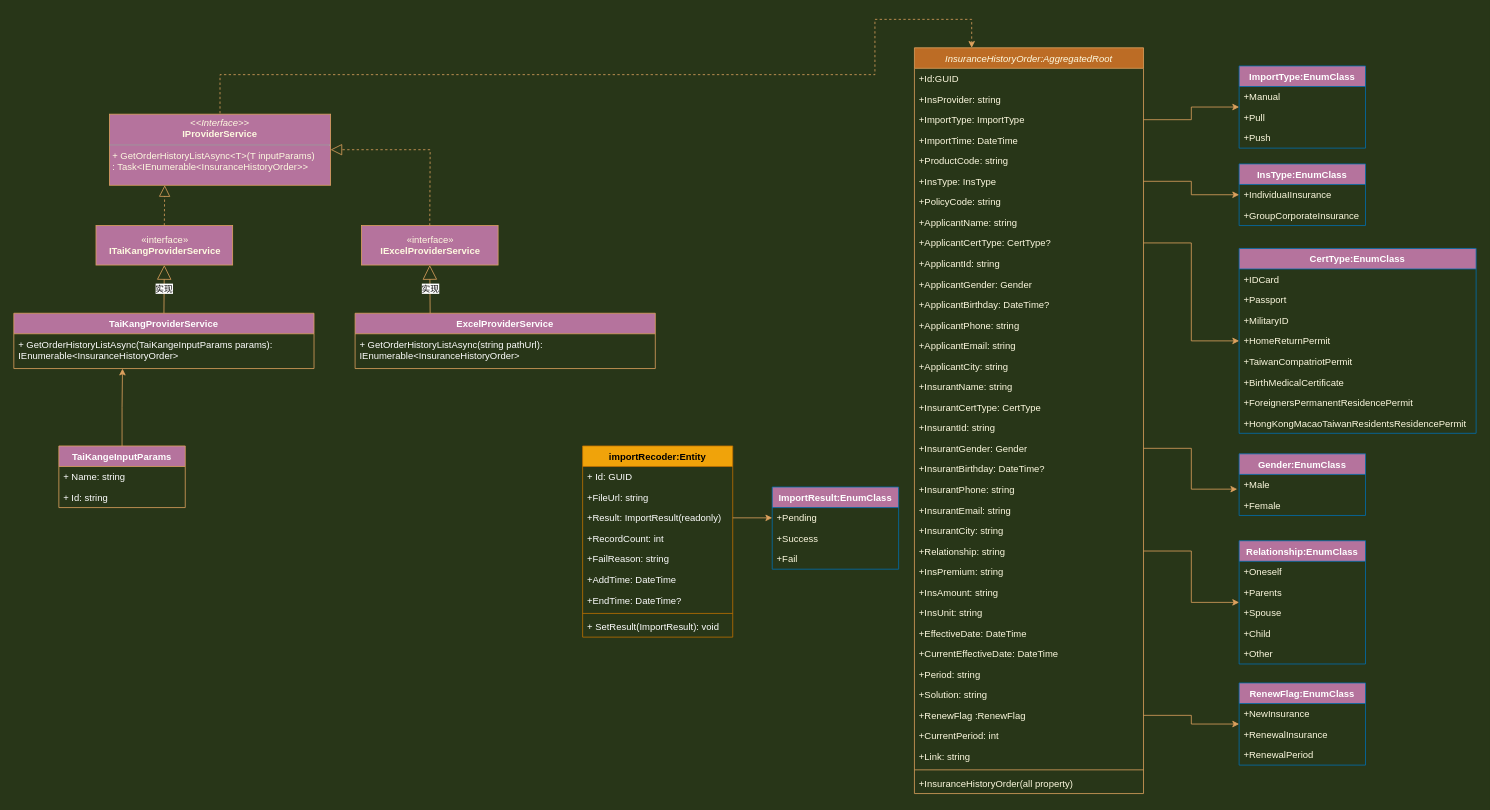
KQLei/diagrams keeps this draw.io diagram as Untitled Diagram.drawio. Above is the earlier version. Source tidied: cells renumbered, new cells numbered last; positions are measured from the earlier drawing's top-left corner, leaving out a move shared by most shapes. Both pictures are drawn from the tidied source at 79%, with x=0, y=0 at pixel (13, 19).
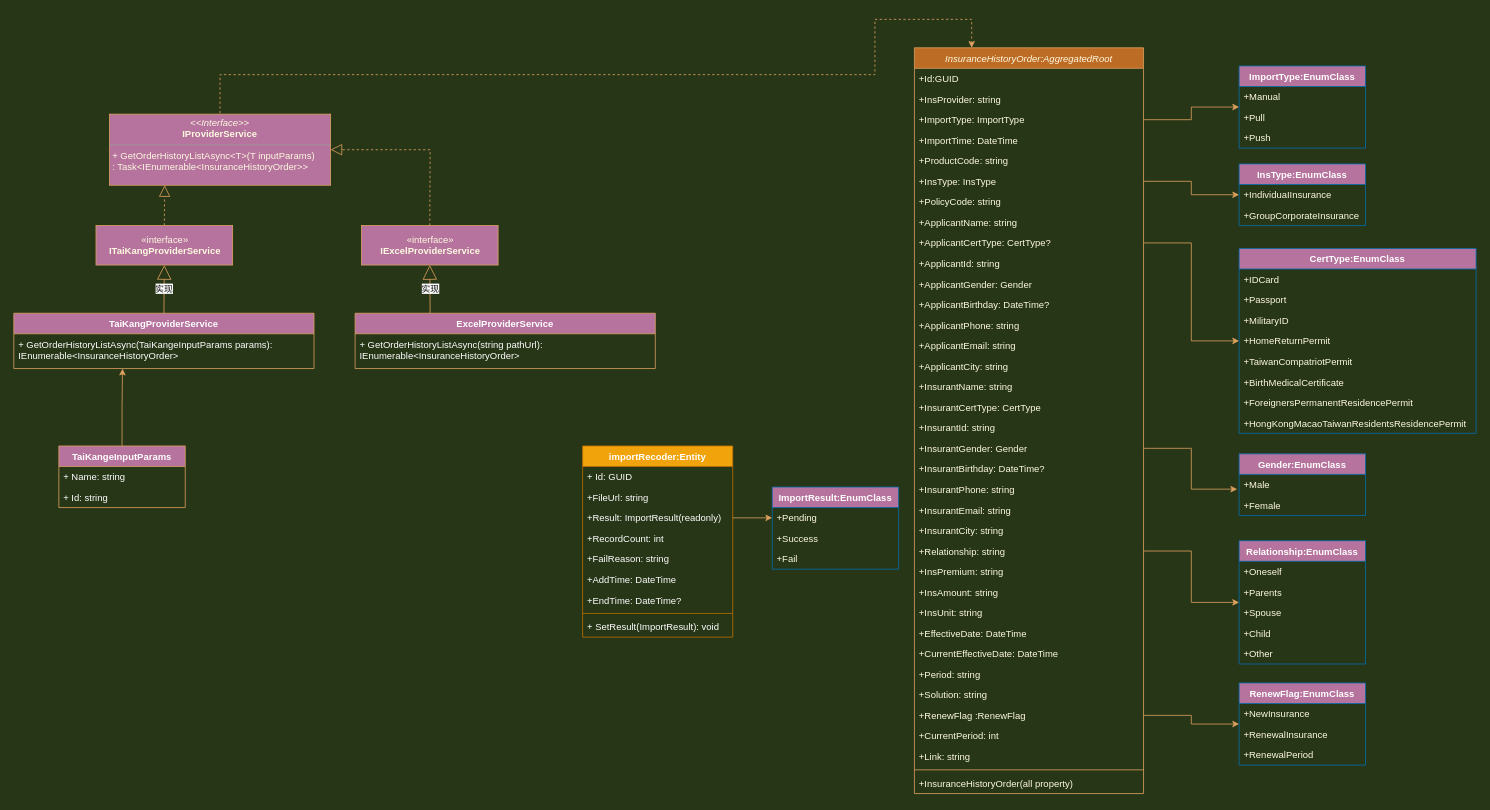
The same diagram, later.

What changed in the source:
```diff
@@
-    <mxCell id="90" value="importRecoder:Entity" style="swimlane;fontStyle=1;align=center;verticalAlign=top;horizontal=1;startSize=26;strokeColor=#BD7000;fillColor=#f0a30a;fontColor=#000000;" parent="1" vertex="1">
+    <mxCell id="90" value="importRecoder:Entity" style="swimlane;fontStyle=1;align=center;verticalAlign=top;horizontal=1;startSize=26;strokeColor=#BD7000;fillColor=#f0a30a;fontColor=#FFFFFF;" parent="1" vertex="1">
       <mxGeometry x="720" y="540" width="190" height="242" as="geometry" />
     </mxCell>
```
